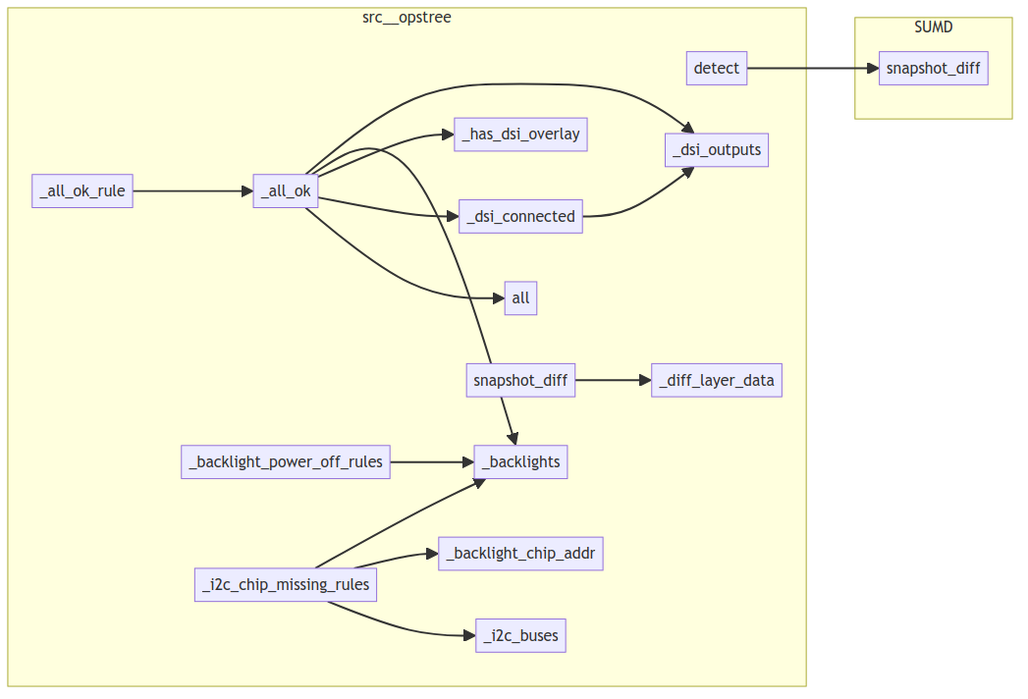
Before: project/calls.png, a diagram exported from Mermaid (semcod/op3). Its source is kept beside it as project/calls.mmd.
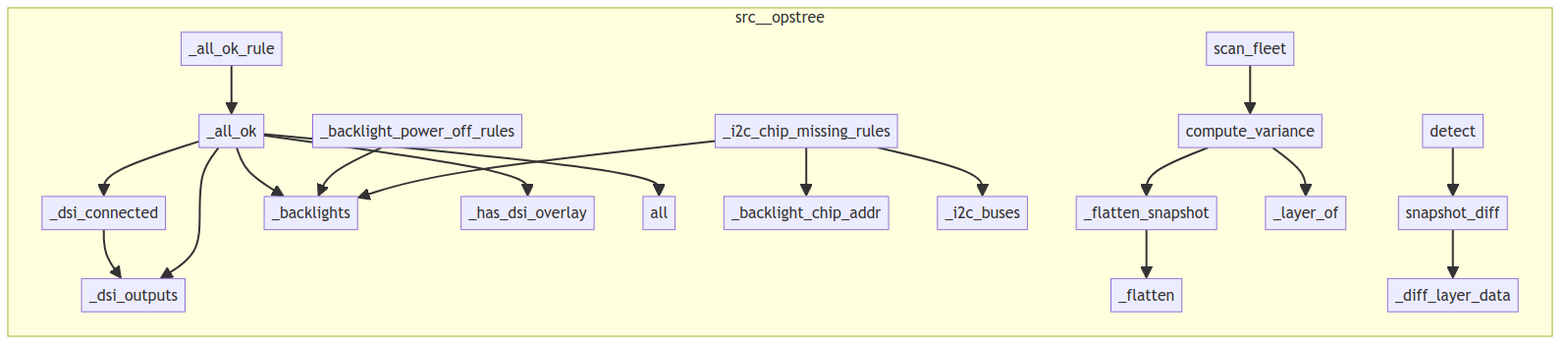
After the change.

The edit, as a diff of the source:
```diff
@@ -1,23 +1,26 @@
 flowchart LR
-    subgraph SUMD
-        SUMD__snapshot_diff["snapshot_diff"]
-    end
     subgraph src__opstree
+        src__opstree__probes__builtin__rpi_diagnostics___backlight_power_off_rules["_backlight_power_off_rules"]
         src__opstree__probes__builtin__rpi_diagnostics___all_ok["_all_ok"]
+        src__opstree__drift__detector__DriftDetector__detect["detect"]
         src__opstree__probes__registry__ProbeRegistry__all["all"]
-        src__opstree__probes__builtin__rpi_diagnostics___backlight_power_off_rules["_backlight_power_off_rules"]
+        src__opstree__fleet__scanner__scan_fleet["scan_fleet"]
         src__opstree__probes__builtin__rpi_diagnostics___backlight_chip_addr["_backlight_chip_addr"]
-        src__opstree__drift__detector__DriftDetector__detect["detect"]
-        src__opstree__snapshot__diff___diff_layer_data["_diff_layer_data"]
-        src__opstree__probes__builtin__rpi_diagnostics___dsi_connected["_dsi_connected"]
-        src__opstree__probes__builtin__rpi_diagnostics___i2c_chip_missing_rules["_i2c_chip_missing_rules"]
-        src__opstree__probes__builtin__rpi_diagnostics___i2c_buses["_i2c_buses"]
+        src__opstree__fleet__scanner___flatten_snapshot["_flatten_snapshot"]
         src__opstree__snapshot__diff__snapshot_diff["snapshot_diff"]
         src__opstree__probes__builtin__rpi_diagnostics___all_ok_rule["_all_ok_rule"]
+        src__opstree__fleet__scanner___flatten["_flatten"]
+        src__opstree__snapshot__diff___diff_layer_data["_diff_layer_data"]
         src__opstree__probes__builtin__rpi_diagnostics___dsi_outputs["_dsi_outputs"]
+        src__opstree__probes__builtin__rpi_diagnostics___i2c_buses["_i2c_buses"]
         src__opstree__probes__builtin__rpi_diagnostics___has_dsi_overlay["_has_dsi_overlay"]
         src__opstree__probes__builtin__rpi_diagnostics___backlights["_backlights"]
+        src__opstree__probes__builtin__rpi_diagnostics___dsi_connected["_dsi_connected"]
+        src__opstree__fleet__scanner__compute_variance["compute_variance"]
+        src__opstree__probes__builtin__rpi_diagnostics___i2c_chip_missing_rules["_i2c_chip_missing_rules"]
+        src__opstree__fleet__scanner___layer_of["_layer_of"]
     end
+    src__opstree__drift__detector__DriftDetector__detect --> src__opstree__snapshot__diff__snapshot_diff
     src__opstree__probes__builtin__rpi_diagnostics___dsi_connected --> src__opstree__probes__builtin__rpi_diagnostics___dsi_outputs
     src__opstree__probes__builtin__rpi_diagnostics___all_ok --> src__opstree__probes__builtin__rpi_diagnostics___dsi_outputs
     src__opstree__probes__builtin__rpi_diagnostics___all_ok --> src__opstree__probes__builtin__rpi_diagnostics___backlights
@@ -29,5 +32,8 @@
     src__opstree__probes__builtin__rpi_diagnostics___i2c_chip_missing_rules --> src__opstree__probes__builtin__rpi_diagnostics___backlight_chip_addr
     src__opstree__probes__builtin__rpi_diagnostics___i2c_chip_missing_rules --> src__opstree__probes__builtin__rpi_diagnostics___i2c_buses
     src__opstree__probes__builtin__rpi_diagnostics___all_ok_rule --> src__opstree__probes__builtin__rpi_diagnostics___all_ok
-    src__opstree__drift__detector__DriftDetector__detect --> SUMD__snapshot_diff
+    src__opstree__fleet__scanner___flatten_snapshot --> src__opstree__fleet__scanner___flatten
+    src__opstree__fleet__scanner__compute_variance --> src__opstree__fleet__scanner___flatten_snapshot
+    src__opstree__fleet__scanner__compute_variance --> src__opstree__fleet__scanner___layer_of
+    src__opstree__fleet__scanner__scan_fleet --> src__opstree__fleet__scanner__compute_variance
     src__opstree__snapshot__diff__snapshot_diff --> src__opstree__snapshot__diff___diff_layer_data
```
